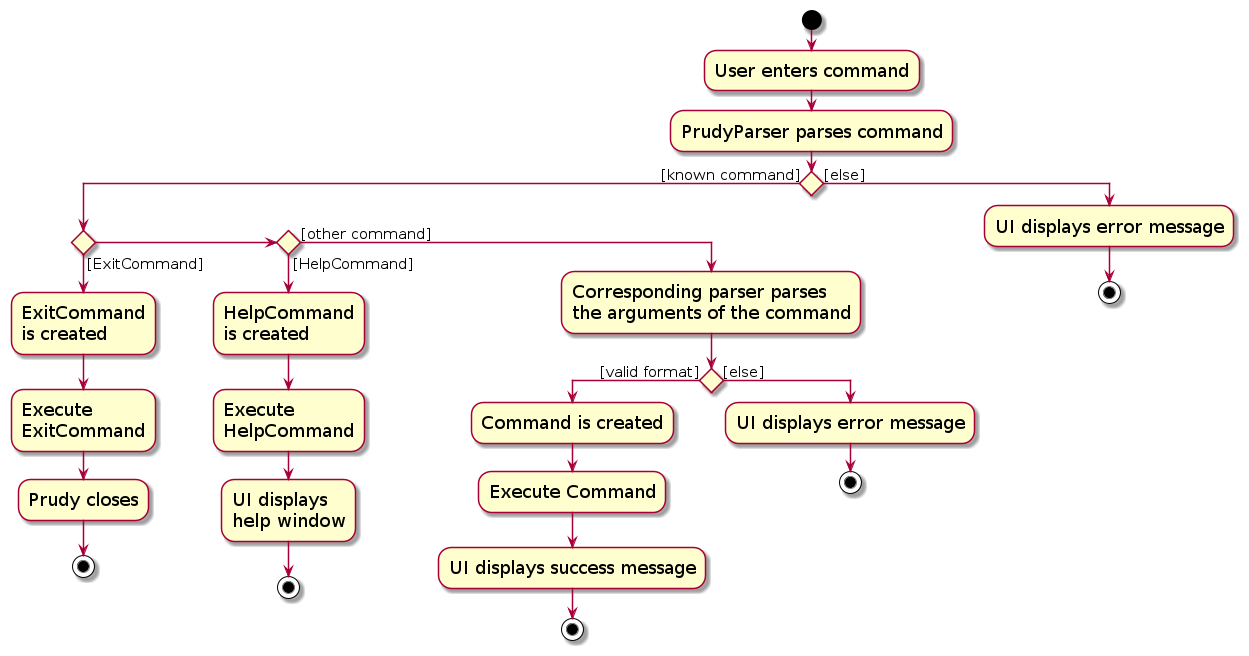
Above: diagrams/FlowActivityDiagram.png in AY2425S1-CS2103T-T14-1/tp (PlantUML), before the change. Its source is kept beside it as diagrams/FlowActivityDiagram.puml. Source of this version:
```plantuml
@startuml
skin rose
skinparam ActivityFontSize 18
skinparam ArrowFontSize 15
start
:User enters command;
:PrudyParser parses command;

if () then ([known command])
    if () then ([ExitCommand])
        :ExitCommand
        is created;
        :Execute
        ExitCommand;
        :Prudy closes;
        stop
    elseif () then ([HelpCommand])
        :HelpCommand
        is created;
        :Execute
        HelpCommand;
        :UI displays
        help window;
        stop
    else ([other command])
        :Corresponding parser parses
        the arguments of the command;
                if () then ([valid format])
                    :Command is created;
                    :Execute Command;
                    :UI displays success message;
                    stop
                else ([else])
                    :UI displays error message;
                    stop
                endif
    endif

else ([else])
    :UI displays error message;
    stop
    endif

@enduml
```
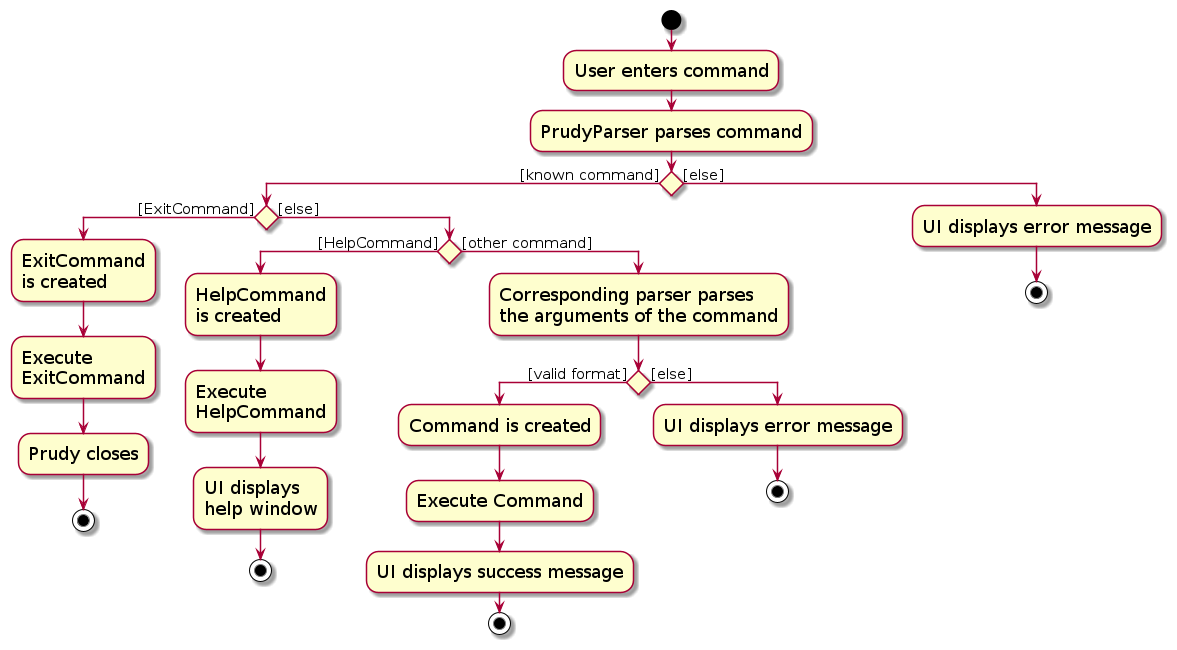
Above is the later version.

Change to the diagram source:
```diff
@@ -14,31 +14,32 @@
         ExitCommand;
         :Prudy closes;
         stop
-    elseif () then ([HelpCommand])
-        :HelpCommand
-        is created;
-        :Execute
-        HelpCommand;
-        :UI displays
-        help window;
-        stop
-    else ([other command])
-        :Corresponding parser parses
-        the arguments of the command;
-                if () then ([valid format])
-                    :Command is created;
-                    :Execute Command;
-                    :UI displays success message;
-                    stop
-                else ([else])
-                    :UI displays error message;
-                    stop
-                endif
+    else ([else])
+        if () then ([HelpCommand])
+            :HelpCommand
+            is created;
+            :Execute
+            HelpCommand;
+            :UI displays
+            help window;
+            stop
+        else ([other command])
+            :Corresponding parser parses
+            the arguments of the command;
+            if () then ([valid format])
+                :Command is created;
+                :Execute Command;
+                :UI displays success message;
+                stop
+            else ([else])
+                :UI displays error message;
+                stop
+            endif
+        endif
     endif
-
 else ([else])
     :UI displays error message;
     stop
-    endif
+endif
 
 @enduml
```
